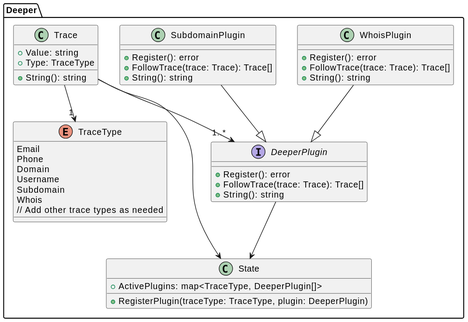
This is docs/images/docs/Architecture.svg from smirnoffmg/deeper, a PlantUML export, as it was before one commit. The source it was exported from:
```plantuml
@startuml
package "Deeper" {

    class Trace {
        +Value: string
        +Type: TraceType
        +String(): string
    }

    enum TraceType {
        Email
        Phone
        Domain
        Username
        Subdomain
        Whois
        // Add other trace types as needed
    }

    interface DeeperPlugin {
        +Register(): error
        +FollowTrace(trace: Trace): Trace[]
        +String(): string
    }

    class SubdomainPlugin {
        +Register(): error
        +FollowTrace(trace: Trace): Trace[]
        +String(): string
    }

    class WhoisPlugin {
        +Register(): error
        +FollowTrace(trace: Trace): Trace[]
        +String(): string
    }

    SubdomainPlugin --|> DeeperPlugin
    WhoisPlugin --|> DeeperPlugin

    Trace --> "1" TraceType
    Trace --> "1..*" DeeperPlugin

    class State {
        +ActivePlugins: map<TraceType, DeeperPlugin[]>
        +RegisterPlugin(traceType: TraceType, plugin: DeeperPlugin)
    }

    Trace --> State
    DeeperPlugin --> State
}
@enduml
```
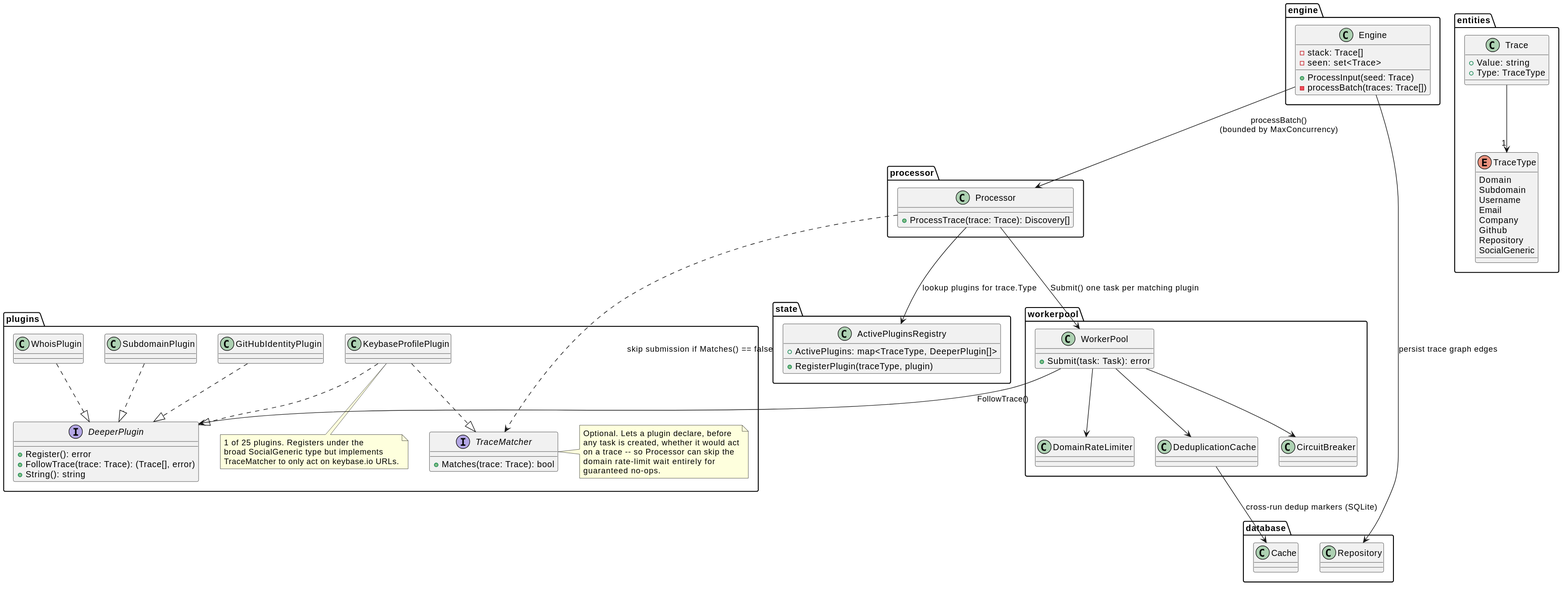
After the commit.

What changed in the source:
```diff
@@ -1,52 +1,106 @@
 @startuml
-package "Deeper" {
-
+package "entities" {
     class Trace {
         +Value: string
         +Type: TraceType
+    }
+
+    enum TraceType {
+        Domain
+        Subdomain
+        Username
+        Email
+        Company
+        Github
+        Repository
+        SocialGeneric
+    }
+
+    Trace --> "1" TraceType
+}
+
+package "plugins" {
+    interface DeeperPlugin {
+        +Register(): error
+        +FollowTrace(trace: Trace): (Trace[], error)
         +String(): string
     }
 
-    enum TraceType {
-        Email
-        Phone
-        Domain
-        Username
-        Subdomain
-        Whois
-        // Add other trace types as needed
+    interface TraceMatcher {
+        +Matches(trace: Trace): bool
     }
 
-    interface DeeperPlugin {
-        +Register(): error
-        +FollowTrace(trace: Trace): Trace[]
-        +String(): string
+    note right of TraceMatcher
+        Optional. Lets a plugin declare, before
+        any task is created, whether it would act
+        on a trace -- so Processor can skip the
+        domain rate-limit wait entirely for
+        guaranteed no-ops.
+    end note
+
+    class WhoisPlugin
+    class SubdomainPlugin
+    class GitHubIdentityPlugin
+    class KeybaseProfilePlugin
+
+    note bottom of KeybaseProfilePlugin
+        1 of 25 plugins. Registers under the
+        broad SocialGeneric type but implements
+        TraceMatcher to only act on keybase.io URLs.
+    end note
+
+    WhoisPlugin ..|> DeeperPlugin
+    SubdomainPlugin ..|> DeeperPlugin
+    GitHubIdentityPlugin ..|> DeeperPlugin
+    KeybaseProfilePlugin ..|> DeeperPlugin
+    KeybaseProfilePlugin ..|> TraceMatcher
+}
+
+package "state" {
+    class ActivePluginsRegistry {
+        +ActivePlugins: map<TraceType, DeeperPlugin[]>
+        +RegisterPlugin(traceType, plugin)
     }
+}
 
-    class SubdomainPlugin {
-        +Register(): error
-        +FollowTrace(trace: Trace): Trace[]
-        +String(): string
+package "engine" {
+    class Engine {
+        -stack: Trace[]
+        -seen: set<Trace>
+        +ProcessInput(seed: Trace)
+        -processBatch(traces: Trace[])
     }
+}
 
-    class WhoisPlugin {
-        +Register(): error
-        +FollowTrace(trace: Trace): Trace[]
-        +String(): string
+package "processor" {
+    class Processor {
+        +ProcessTrace(trace: Trace): Discovery[]
     }
+}
 
-    SubdomainPlugin --|> DeeperPlugin
-    WhoisPlugin --|> DeeperPlugin
+package "workerpool" {
+    class WorkerPool {
+        +Submit(task: Task): error
+    }
+    class DomainRateLimiter
+    class DeduplicationCache
+    class CircuitBreaker
 
-    Trace --> "1" TraceType
-    Trace --> "1..*" DeeperPlugin
+    WorkerPool --> DomainRateLimiter
+    WorkerPool --> DeduplicationCache
+    WorkerPool --> CircuitBreaker
+}
 
-    class State {
-        +ActivePlugins: map<TraceType, DeeperPlugin[]>
-        +RegisterPlugin(traceType: TraceType, plugin: DeeperPlugin)
-    }
+package "database" {
+    class Repository
+    class Cache
+}
 
-    Trace --> State
-    DeeperPlugin --> State
-}
+Engine --> Processor : processBatch()\n(bounded by MaxConcurrency)
+Processor --> ActivePluginsRegistry : lookup plugins for trace.Type
+Processor ..> TraceMatcher : skip submission if Matches() == false
+Processor --> WorkerPool : Submit() one task per matching plugin
+WorkerPool --> DeeperPlugin : FollowTrace()
+Engine --> Repository : persist trace graph edges
+DeduplicationCache --> Cache : cross-run dedup markers (SQLite)
 @enduml
```
